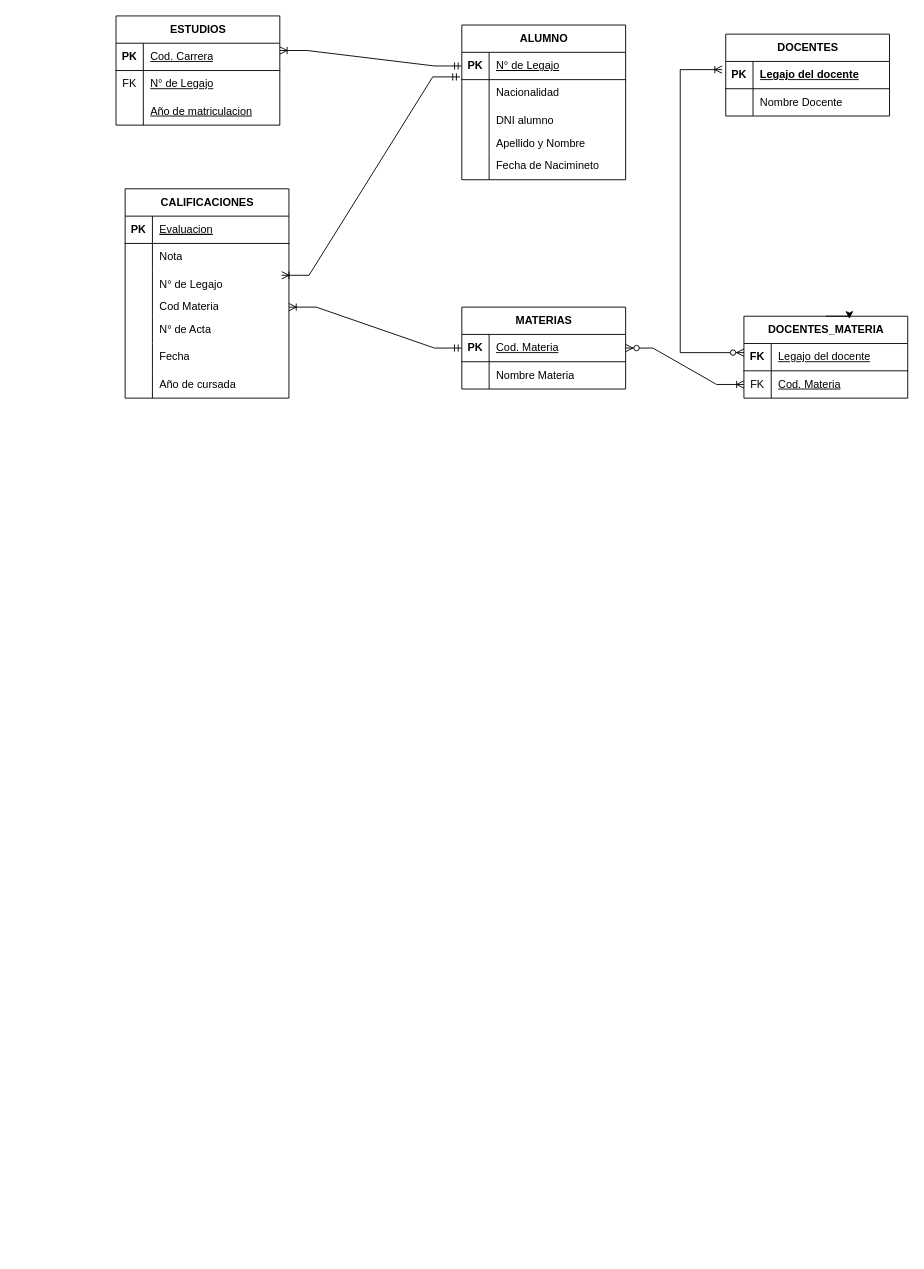
Ailenmarina/Grupo11 keeps this draw.io diagram as page "DER" (3 of 3) of Grupo11_Parcial1.drawio. Above is the earlier version. Source tidied: cells renumbered, new cells numbered last; positions are measured from the earlier drawing's top-left corner, leaving out a move shared by most shapes. Both pictures are drawn from the tidied source at 91%, with x=0, y=0 at pixel (15, 15).
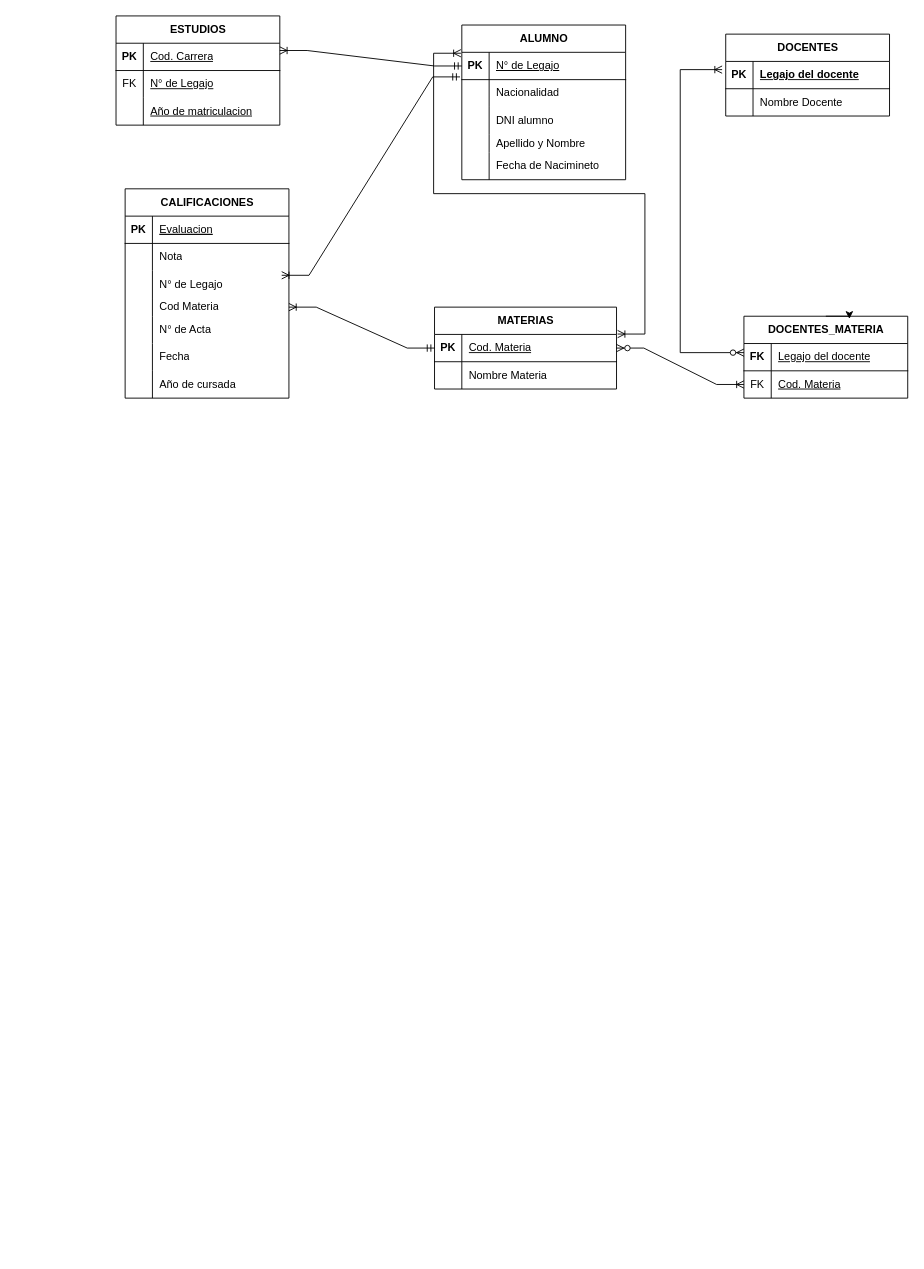
The same diagram, later.

Unchanged cells that the change refers to:
```xml
<mxCell id="12" style="shape=tableRow;horizontal=0;startSize=0;swimlaneHead=0;swimlaneBody=0;fillColor=none;points=[[0,0.5],[1,0.5]];portConstraint=eastwest;top=0;left=0;right=0;bottom=1;" parent="11" vertex="1">
  <mxGeometry y="30" width="180" height="30" as="geometry" />
</mxCell>
<mxCell id="65" style="shape=tableRow;horizontal=0;startSize=0;swimlaneHead=0;swimlaneBody=0;fillColor=none;points=[[0,0.5],[1,0.5]];portConstraint=eastwest;top=0;left=0;right=0;bottom=1;" parent="64" vertex="1">
  <mxGeometry y="30" width="180" height="30" as="geometry" />
</mxCell>
```

The edit, as a diff of the source:
```diff
@@
     <mxCell id="27" value="MATERIAS" style="shape=table;startSize=30;childLayout=tableLayout;rowLines=0;fontStyle=1;align=center;html=1;" parent="1" vertex="1">
-      <mxGeometry x="490" y="320" width="180" height="90" as="geometry" />
+      <mxGeometry x="460" y="320" width="200" height="90" as="geometry" />
     </mxCell>
     <mxCell id="28" style="shape=tableRow;horizontal=0;startSize=0;swimlaneHead=0;swimlaneBody=0;fillColor=none;points=[[0,0.5],[1,0.5]];portConstraint=eastwest;top=0;left=0;right=0;bottom=1;" parent="27" vertex="1">
-      <mxGeometry y="30" width="180" height="30" as="geometry" />
+      <mxGeometry y="30" width="200" height="30" as="geometry" />
     </mxCell>
@@
     <mxCell id="30" value="&lt;span style=&quot;font-weight: 400;&quot;&gt;Cod. Materia&lt;/span&gt;" style="shape=partialRectangle;fillColor=none;top=0;left=0;bottom=0;right=0;align=left;spacingLeft=6;fontStyle=5;overflow=hidden;whiteSpace=wrap;html=1;" parent="28" vertex="1">
-      <mxGeometry x="30" width="150" height="30" as="geometry" />
+      <mxGeometry x="30" width="170" height="30" as="geometry" />
     </mxCell>
     <mxCell id="31" style="shape=tableRow;horizontal=0;startSize=0;swimlaneHead=0;swimlaneBody=0;fillColor=none;top=0;left=0;right=0;bottom=0;" parent="27" vertex="1">
-      <mxGeometry y="60" width="180" height="30" as="geometry" />
+      <mxGeometry y="60" width="200" height="30" as="geometry" />
     </mxCell>
@@
     <mxCell id="33" value="Nombre Materia" style="shape=partialRectangle;fillColor=none;top=0;left=0;bottom=0;right=0;align=left;spacingLeft=6;overflow=hidden;whiteSpace=wrap;html=1;" parent="31" vertex="1">
-      <mxGeometry x="30" width="150" height="30" as="geometry" />
+      <mxGeometry x="30" width="170" height="30" as="geometry" />
     </mxCell>
@@
     <mxCell id="74" style="edgeStyle=entityRelationEdgeStyle;fontSize=12;html=1;endArrow=ERoneToMany;startArrow=ERmandOne;rounded=0;exitX=0;exitY=0.5;exitDx=0;exitDy=0;entryX=1;entryY=0.267;entryDx=0;entryDy=0;entryPerimeter=0;" parent="1" edge="1" source="12" target="65">
-      <mxGeometry relative="1" as="geometry" />
+      <mxGeometry relative="1" as="geometry">
+        <Array as="points">
+          <mxPoint x="470" y="30" />
+        </Array>
+      </mxGeometry>
     </mxCell>
@@
+    <mxCell id="79" style="edgeStyle=entityRelationEdgeStyle;fontSize=12;html=1;endArrow=ERoneToMany;startArrow=ERoneToMany;rounded=0;exitX=1.056;exitY=-0.014;exitDx=0;exitDy=0;exitPerimeter=0;" parent="1" edge="1">
+      <mxGeometry relative="1" as="geometry">
+        <mxPoint x="661.2" y="349.6" as="sourcePoint" />
+        <mxPoint x="489" y="41" as="targetPoint" />
+        <Array as="points">
+          <mxPoint x="610" y="150" />
+          <mxPoint x="420" y="110" />
+          <mxPoint x="560" y="260" />
+          <mxPoint x="560" y="200" />
+          <mxPoint x="340" y="60" />
+        </Array>
+      </mxGeometry>
+    </mxCell>
```
